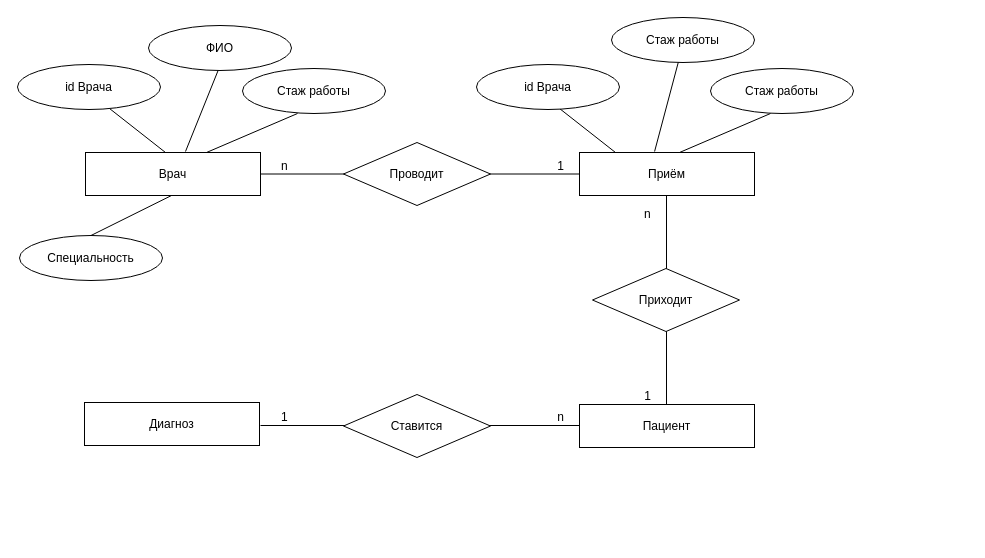
Before: Диаграмма без названия.drawio in ekkosolapova/-, a draw.io diagram. Source tidied: cells renumbered, new cells numbered last; positions are measured from the earlier drawing's top-left corner, leaving out a move shared by most shapes. Both pictures are drawn from the tidied source at 100%, with x=0, y=0 at pixel (17, 17).
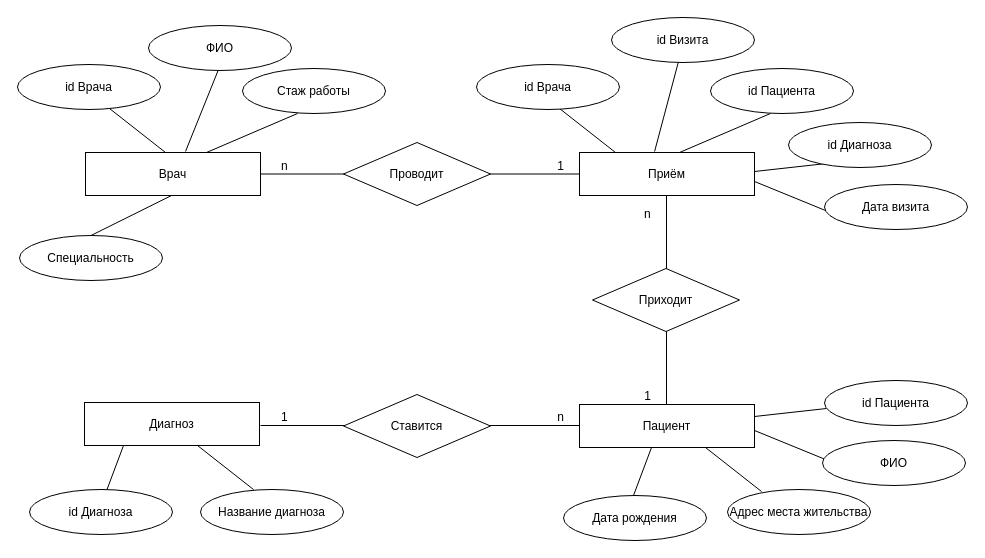
The same page after the edit.

The edit, as a diff of the source:
```diff
@@
-    <mxCell id="29" value="Стаж работы" style="ellipse;whiteSpace=wrap;html=1;" parent="1" vertex="1">
+    <mxCell id="29" value="id Визита" style="ellipse;whiteSpace=wrap;html=1;" parent="1" vertex="1">
       <mxGeometry x="594" width="143" height="45" as="geometry" />
     </mxCell>
@@
-    <mxCell id="31" value="Стаж работы" style="ellipse;whiteSpace=wrap;html=1;" parent="1" vertex="1">
+    <mxCell id="31" value="id Пациента" style="ellipse;whiteSpace=wrap;html=1;" parent="1" vertex="1">
       <mxGeometry x="693" y="51" width="143" height="45" as="geometry" />
     </mxCell>
+    <mxCell id="32" style="endArrow=none;html=1;rounded=0;" parent="1" edge="1">
+      <mxGeometry relative="1" as="geometry">
+        <mxPoint x="809" y="146" as="sourcePoint" />
+        <mxPoint x="737" y="154" as="targetPoint" />
+      </mxGeometry>
+    </mxCell>
+    <mxCell id="33" value="id Диагноза" style="ellipse;whiteSpace=wrap;html=1;" parent="1" vertex="1">
+      <mxGeometry x="771" y="105" width="143" height="45" as="geometry" />
+    </mxCell>
+    <mxCell id="34" style="endArrow=none;html=1;rounded=0;" parent="1" edge="1">
+      <mxGeometry relative="1" as="geometry">
+        <mxPoint x="808" y="193" as="sourcePoint" />
+        <mxPoint x="737" y="164" as="targetPoint" />
+      </mxGeometry>
+    </mxCell>
+    <mxCell id="35" value="Дата визита" style="ellipse;whiteSpace=wrap;html=1;" parent="1" vertex="1">
+      <mxGeometry x="807" y="167" width="143" height="45" as="geometry" />
+    </mxCell>
+    <mxCell id="36" style="endArrow=none;html=1;rounded=0;exitX=0.4;exitY=0.023;exitDx=0;exitDy=0;exitPerimeter=0;" parent="1" edge="1">
+      <mxGeometry relative="1" as="geometry">
+        <mxPoint x="744" y="474" as="sourcePoint" />
+        <mxPoint x="688" y="430" as="targetPoint" />
+      </mxGeometry>
+    </mxCell>
+    <mxCell id="37" style="endArrow=none;html=1;rounded=0;" parent="1" edge="1">
+      <mxGeometry relative="1" as="geometry">
+        <mxPoint x="808" y="442" as="sourcePoint" />
+        <mxPoint x="737" y="413" as="targetPoint" />
+      </mxGeometry>
+    </mxCell>
+    <mxCell id="38" style="endArrow=none;html=1;rounded=0;" parent="1" edge="1">
+      <mxGeometry relative="1" as="geometry">
+        <mxPoint x="809" y="391" as="sourcePoint" />
+        <mxPoint x="737" y="399" as="targetPoint" />
+      </mxGeometry>
+    </mxCell>
+    <mxCell id="39" value="id Пациента" style="ellipse;whiteSpace=wrap;html=1;" parent="1" vertex="1">
+      <mxGeometry x="807" y="363" width="143" height="45" as="geometry" />
+    </mxCell>
+    <mxCell id="40" value="ФИО" style="ellipse;whiteSpace=wrap;html=1;" parent="1" vertex="1">
+      <mxGeometry x="805" y="423" width="143" height="45" as="geometry" />
+    </mxCell>
+    <mxCell id="41" value="Адрес места жительства" style="ellipse;whiteSpace=wrap;html=1;" parent="1" vertex="1">
+      <mxGeometry x="710" y="472" width="143" height="45" as="geometry" />
+    </mxCell>
+    <mxCell id="42" style="endArrow=none;html=1;rounded=0;" parent="1" edge="1">
+      <mxGeometry relative="1" as="geometry">
+        <mxPoint x="634" y="430" as="sourcePoint" />
+        <mxPoint x="616" y="478" as="targetPoint" />
+      </mxGeometry>
+    </mxCell>
+    <mxCell id="43" value="Дата рождения" style="ellipse;whiteSpace=wrap;html=1;" parent="1" vertex="1">
+      <mxGeometry x="546" y="478" width="143" height="45" as="geometry" />
+    </mxCell>
+    <mxCell id="44" style="endArrow=none;html=1;rounded=0;" parent="1" edge="1">
+      <mxGeometry relative="1" as="geometry">
+        <mxPoint x="106" y="428" as="sourcePoint" />
+        <mxPoint x="88" y="476" as="targetPoint" />
+      </mxGeometry>
+    </mxCell>
+    <mxCell id="45" value="id Диагноза" style="ellipse;whiteSpace=wrap;html=1;" parent="1" vertex="1">
+      <mxGeometry x="12" y="472" width="143" height="45" as="geometry" />
+    </mxCell>
+    <mxCell id="46" style="endArrow=none;html=1;rounded=0;exitX=0.4;exitY=0.023;exitDx=0;exitDy=0;exitPerimeter=0;" parent="1" edge="1">
+      <mxGeometry relative="1" as="geometry">
+        <mxPoint x="236" y="472" as="sourcePoint" />
+        <mxPoint x="180" y="428" as="targetPoint" />
+      </mxGeometry>
+    </mxCell>
+    <mxCell id="47" value="Название диагноза" style="ellipse;whiteSpace=wrap;html=1;" parent="1" vertex="1">
+      <mxGeometry x="183" y="472" width="143" height="45" as="geometry" />
+    </mxCell>
```
